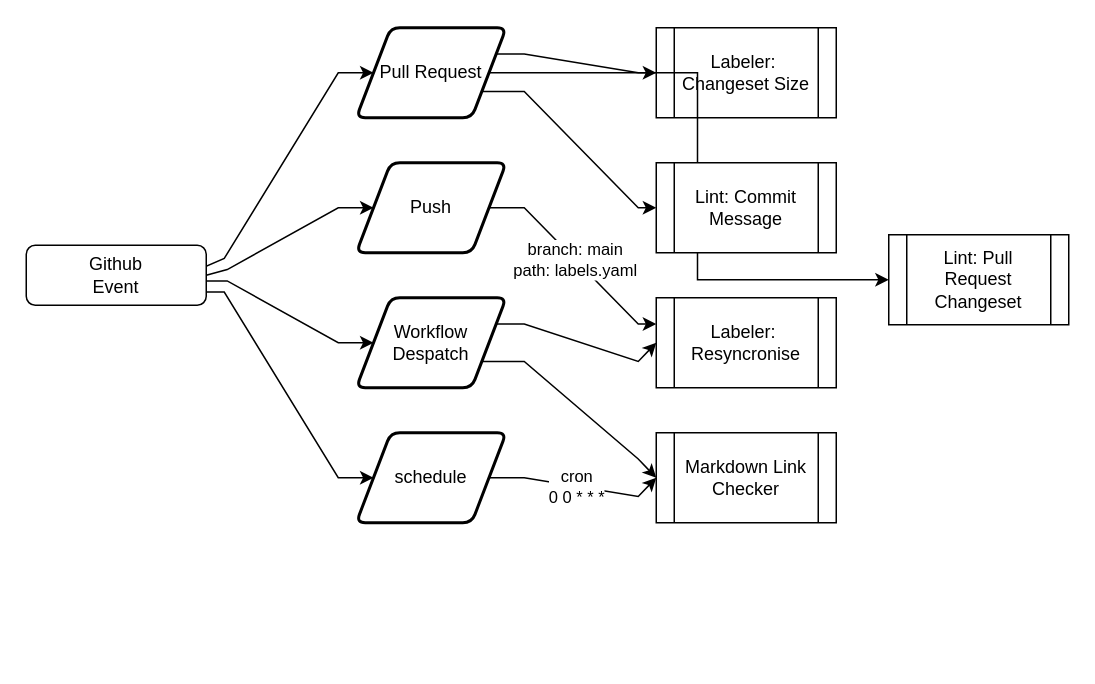
Earlier version of the draw.io diagram page "Overview" (1 of 5) of docs/markdown/actions.drawio (DamianFlynn/terraform-scaffold). Source tidied: cells renumbered, new cells numbered last; positions are measured from the earlier drawing's top-left corner, leaving out a move shared by most shapes. Both pictures are drawn from the tidied source at 150%, with x=0, y=0 at pixel (26, 27).
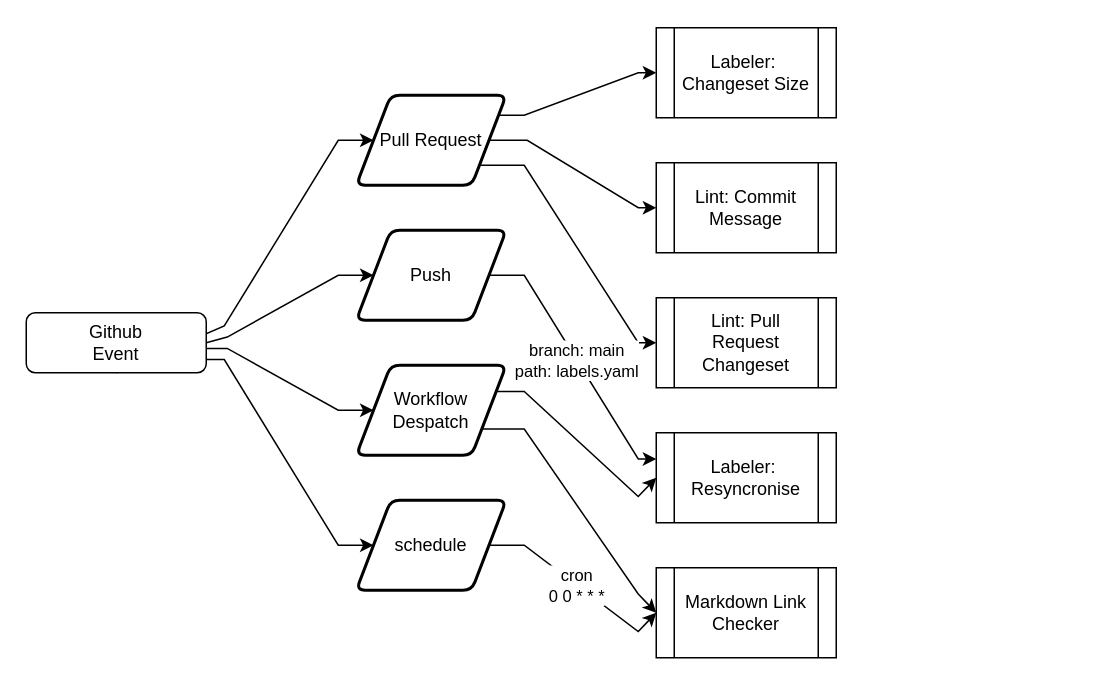
The same page after the edit.

Unchanged cells that the change refers to:
```xml
<mxCell id="7" value="Labeler:&amp;nbsp; Changeset Size" style="shape=process;whiteSpace=wrap;html=1;backgroundOutline=1;" parent="1" vertex="1">
  <mxGeometry x="420" width="120" height="60" as="geometry" />
</mxCell>
<mxCell id="21" value="Lint: Commit Message" style="shape=process;whiteSpace=wrap;html=1;backgroundOutline=1;" parent="1" vertex="1">
  <mxGeometry x="420" y="90" width="120" height="60" as="geometry" />
</mxCell>
```

What changed in the source:
```diff
@@
     <mxCell id="2" style="edgeStyle=orthogonalEdgeStyle;rounded=0;jettySize=auto;html=1;exitX=0.5;exitY=1;exitDx=0;exitDy=0;entryX=0;entryY=0.5;entryDx=0;entryDy=0;noEdgeStyle=1;orthogonal=1;" parent="1" edge="1" source="6" target="12">
       <mxGeometry relative="1" as="geometry">
         <Array as="points">
-          <mxPoint x="132" y="153.8" />
-          <mxPoint x="208" y="30" />
+          <mxPoint x="132" y="198.8" />
+          <mxPoint x="208" y="75" />
         </Array>
       </mxGeometry>
     </mxCell>
     <mxCell id="3" style="edgeStyle=orthogonalEdgeStyle;rounded=0;jettySize=auto;html=1;entryX=0;entryY=0.5;entryDx=0;entryDy=0;noEdgeStyle=1;orthogonal=1;" parent="1" edge="1" source="6" target="15">
       <mxGeometry relative="1" as="geometry">
         <Array as="points">
-          <mxPoint x="134" y="168.8" />
-          <mxPoint x="208" y="210" />
+          <mxPoint x="134" y="213.8" />
+          <mxPoint x="208" y="255" />
         </Array>
       </mxGeometry>
     </mxCell>
     <mxCell id="4" style="edgeStyle=orthogonalEdgeStyle;rounded=0;jettySize=auto;html=1;exitX=1;exitY=0.5;exitDx=0;exitDy=0;entryX=0;entryY=0.5;entryDx=0;entryDy=0;noEdgeStyle=1;orthogonal=1;" parent="1" edge="1" source="6" target="17">
       <mxGeometry relative="1" as="geometry">
         <Array as="points">
-          <mxPoint x="134" y="161.2" />
-          <mxPoint x="208" y="120" />
+          <mxPoint x="134" y="206.2" />
+          <mxPoint x="208" y="165" />
         </Array>
       </mxGeometry>
     </mxCell>
     <mxCell id="5" style="edgeStyle=orthogonalEdgeStyle;rounded=0;jettySize=auto;html=1;entryX=0;entryY=0.5;entryDx=0;entryDy=0;noEdgeStyle=1;orthogonal=1;" parent="1" edge="1" source="6" target="19">
       <mxGeometry relative="1" as="geometry">
         <Array as="points">
-          <mxPoint x="132" y="176.2" />
-          <mxPoint x="208" y="300" />
+          <mxPoint x="132" y="221.2" />
+          <mxPoint x="208" y="345" />
         </Array>
       </mxGeometry>
     </mxCell>
     <mxCell id="6" value="Github&lt;br&gt;Event" style="rounded=1;whiteSpace=wrap;html=1;fontSize=12;glass=0;strokeWidth=1;shadow=0;" parent="1" vertex="1">
-      <mxGeometry y="145" width="120" height="40" as="geometry" />
+      <mxGeometry y="190" width="120" height="40" as="geometry" />
     </mxCell>
@@
     <mxCell id="8" value="Labeler:&amp;nbsp; Resyncronise" style="shape=process;whiteSpace=wrap;html=1;backgroundOutline=1;" parent="1" vertex="1">
-      <mxGeometry x="420" y="180" width="120" height="60" as="geometry" />
+      <mxGeometry x="420" y="270" width="120" height="60" as="geometry" />
     </mxCell>
     <mxCell id="9" style="edgeStyle=orthogonalEdgeStyle;rounded=0;jettySize=auto;html=1;entryX=0;entryY=0.5;entryDx=0;entryDy=0;noEdgeStyle=1;orthogonal=1;" parent="1" edge="1" source="12" target="7">
       <mxGeometry relative="1" as="geometry">
         <Array as="points">
-          <mxPoint x="332" y="17.5" />
+          <mxPoint x="332" y="58.3" />
           <mxPoint x="408" y="30" />
         </Array>
       </mxGeometry>
     </mxCell>
     <mxCell id="10" style="edgeStyle=orthogonalEdgeStyle;rounded=0;jettySize=auto;html=1;entryX=0;entryY=0.5;entryDx=0;entryDy=0;noEdgeStyle=1;orthogonal=1;" parent="1" edge="1" source="12" target="21">
       <mxGeometry relative="1" as="geometry">
         <Array as="points">
-          <mxPoint x="332" y="42.5" />
+          <mxPoint x="334" y="75" />
           <mxPoint x="408" y="120" />
         </Array>
       </mxGeometry>
     </mxCell>
-    <mxCell id="11" style="edgeStyle=orthogonalEdgeStyle;rounded=0;jettySize=auto;html=1;entryX=0;entryY=0.5;entryDx=0;entryDy=0;" parent="1" edge="1" source="12" target="22">
-      <mxGeometry relative="1" as="geometry" />
+    <mxCell id="11" style="edgeStyle=orthogonalEdgeStyle;rounded=0;jettySize=auto;html=1;entryX=0;entryY=0.5;entryDx=0;entryDy=0;noEdgeStyle=1;orthogonal=1;" parent="1" edge="1" source="12" target="22">
+      <mxGeometry relative="1" as="geometry">
+        <Array as="points">
+          <mxPoint x="332" y="91.7" />
+          <mxPoint x="408" y="210" />
+        </Array>
+      </mxGeometry>
     </mxCell>
     <mxCell id="12" value="Pull Request" style="shape=parallelogram;html=1;strokeWidth=2;perimeter=parallelogramPerimeter;whiteSpace=wrap;rounded=1;arcSize=12;size=0.23;" parent="1" vertex="1">
-      <mxGeometry x="220" width="100" height="60" as="geometry" />
+      <mxGeometry x="220" y="45" width="100" height="60" as="geometry" />
     </mxCell>
     <mxCell id="13" style="edgeStyle=orthogonalEdgeStyle;rounded=0;jettySize=auto;html=1;entryX=0;entryY=0.5;entryDx=0;entryDy=0;noEdgeStyle=1;orthogonal=1;" parent="1" edge="1" source="15" target="8">
       <mxGeometry relative="1" as="geometry">
         <Array as="points">
-          <mxPoint x="332" y="197.5" />
-          <mxPoint x="408" y="222.5" />
+          <mxPoint x="332" y="242.5" />
+          <mxPoint x="408" y="312.5" />
         </Array>
       </mxGeometry>
     </mxCell>
     <mxCell id="14" style="edgeStyle=orthogonalEdgeStyle;rounded=0;jettySize=auto;html=1;entryX=0;entryY=0.5;entryDx=0;entryDy=0;noEdgeStyle=1;orthogonal=1;" parent="1" edge="1" source="15" target="20">
       <mxGeometry relative="1" as="geometry">
         <Array as="points">
-          <mxPoint x="332" y="222.5" />
-          <mxPoint x="408" y="287.5" />
+          <mxPoint x="332" y="267.5" />
+          <mxPoint x="408" y="377.5" />
         </Array>
       </mxGeometry>
     </mxCell>
     <mxCell id="15" value="Workflow Despatch" style="shape=parallelogram;html=1;strokeWidth=2;perimeter=parallelogramPerimeter;whiteSpace=wrap;rounded=1;arcSize=12;size=0.23;" parent="1" vertex="1">
-      <mxGeometry x="220" y="180" width="100" height="60" as="geometry" />
+      <mxGeometry x="220" y="225" width="100" height="60" as="geometry" />
     </mxCell>
     <mxCell id="16" value="branch: main&lt;br&gt;path: labels.yaml" style="edgeStyle=orthogonalEdgeStyle;rounded=0;jettySize=auto;html=1;noEdgeStyle=1;orthogonal=1;" parent="1" edge="1" source="17" target="8">
       <mxGeometry relative="1" as="geometry">
         <Array as="points">
-          <mxPoint x="332" y="120" />
-          <mxPoint x="408" y="197.5" />
+          <mxPoint x="332" y="165" />
+          <mxPoint x="408" y="287.5" />
         </Array>
       </mxGeometry>
     </mxCell>
     <mxCell id="17" value="Push" style="shape=parallelogram;html=1;strokeWidth=2;perimeter=parallelogramPerimeter;whiteSpace=wrap;rounded=1;arcSize=12;size=0.23;" parent="1" vertex="1">
-      <mxGeometry x="220" y="90" width="100" height="60" as="geometry" />
+      <mxGeometry x="220" y="135" width="100" height="60" as="geometry" />
     </mxCell>
     <mxCell id="18" value="cron&lt;br&gt;0 0 * * *" style="edgeStyle=orthogonalEdgeStyle;rounded=0;jettySize=auto;html=1;entryX=0;entryY=0.5;entryDx=0;entryDy=0;noEdgeStyle=1;orthogonal=1;" parent="1" edge="1" source="19" target="20">
       <mxGeometry relative="1" as="geometry">
         <Array as="points">
-          <mxPoint x="332" y="300" />
-          <mxPoint x="408" y="312.5" />
+          <mxPoint x="332" y="345" />
+          <mxPoint x="408" y="402.5" />
         </Array>
       </mxGeometry>
     </mxCell>
     <mxCell id="19" value="schedule" style="shape=parallelogram;html=1;strokeWidth=2;perimeter=parallelogramPerimeter;whiteSpace=wrap;rounded=1;arcSize=12;size=0.23;" parent="1" vertex="1">
-      <mxGeometry x="220" y="270" width="100" height="60" as="geometry" />
+      <mxGeometry x="220" y="315" width="100" height="60" as="geometry" />
     </mxCell>
     <mxCell id="20" value="Markdown Link Checker" style="shape=process;whiteSpace=wrap;html=1;backgroundOutline=1;" parent="1" vertex="1">
-      <mxGeometry x="420" y="270" width="120" height="60" as="geometry" />
+      <mxGeometry x="420" y="360" width="120" height="60" as="geometry" />
     </mxCell>
@@
     <mxCell id="22" value="Lint: Pull Request Changeset" style="shape=process;whiteSpace=wrap;html=1;backgroundOutline=1;" parent="1" vertex="1">
-      <mxGeometry x="575" y="138" width="120" height="60" as="geometry" />
+      <mxGeometry x="420" y="180" width="120" height="60" as="geometry" />
     </mxCell>
```
